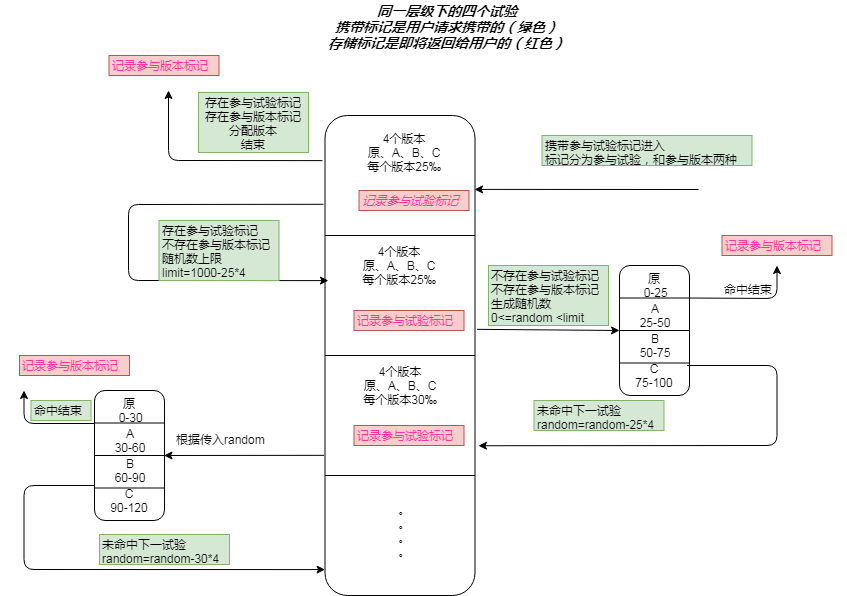
Before: split-algorithm.png, a diagram exported from draw.io (zhouwenmo/split). Source tidied: cells renumbered, new cells last; positions are measured from the earlier drawing's top-left corner, leaving out a move shared by most shapes. Its diagram source:
```xml
<mxGraphModel>
  <root>
    <mxCell id="0" />
    <mxCell id="1" parent="0" />
    <mxCell id="2" style="group;" parent="1" vertex="1">
      <mxGeometry x="480.5" y="265" width="366" height="180" as="geometry" />
    </mxCell>
    <mxCell id="3" style="group;" parent="2" vertex="1">
      <mxGeometry width="366" height="180" as="geometry" />
    </mxCell>
    <mxCell id="4" style="group;" parent="3" vertex="1">
      <mxGeometry x="73.5" width="135" height="130" as="geometry" />
    </mxCell>
    <mxCell id="5" style="rounded=1;whiteSpace=wrap;html=1;" parent="4" vertex="1">
      <mxGeometry x="65" width="70" height="130" as="geometry" />
    </mxCell>
    <mxCell id="6" style="endArrow=none;html=1;entryX=1;entryY=0.25;entryDx=0;entryDy=0;exitX=0;exitY=0.25;exitDx=0;exitDy=0;" parent="4" edge="1" source="5" target="5">
      <mxGeometry relative="1" as="geometry" />
    </mxCell>
    <mxCell id="7" style="endArrow=none;html=1;entryX=1;entryY=0.5;entryDx=0;entryDy=0;exitX=0;exitY=0.5;exitDx=0;exitDy=0;" parent="4" edge="1" source="5" target="5">
      <mxGeometry relative="1" as="geometry" />
    </mxCell>
    <mxCell id="8" style="endArrow=none;html=1;entryX=1;entryY=0.75;entryDx=0;entryDy=0;exitX=0;exitY=0.75;exitDx=0;exitDy=0;" parent="4" edge="1" source="5" target="5">
      <mxGeometry relative="1" as="geometry" />
    </mxCell>
    <mxCell id="9" value="C&lt;br&gt;75-100" style="text;html=1;strokeColor=none;fillColor=none;align=center;verticalAlign=middle;whiteSpace=wrap;rounded=0;" parent="4" vertex="1">
      <mxGeometry x="80" y="100" width="40" height="20" as="geometry" />
    </mxCell>
    <mxCell id="10" value="原&lt;br&gt;&amp;nbsp;0-25" style="text;html=1;strokeColor=none;fillColor=none;align=center;verticalAlign=middle;whiteSpace=wrap;rounded=0;" parent="4" vertex="1">
      <mxGeometry x="80" y="10" width="40" height="20" as="geometry" />
    </mxCell>
    <mxCell id="11" value="B&lt;br&gt;50-75" style="text;html=1;strokeColor=none;fillColor=none;align=center;verticalAlign=middle;whiteSpace=wrap;rounded=0;" parent="4" vertex="1">
      <mxGeometry x="80" y="70" width="40" height="20" as="geometry" />
    </mxCell>
    <mxCell id="12" value="A&lt;br&gt;25-50" style="text;html=1;strokeColor=none;fillColor=none;align=center;verticalAlign=middle;whiteSpace=wrap;rounded=0;" parent="4" vertex="1">
      <mxGeometry x="80" y="40" width="40" height="20" as="geometry" />
    </mxCell>
    <mxCell id="13" style="endArrow=classic;html=1;exitX=1;exitY=0.25;exitDx=0;exitDy=0;" parent="3" edge="1" source="5">
      <mxGeometry relative="1" as="geometry">
        <mxPoint x="296" as="targetPoint" />
        <Array as="points">
          <mxPoint x="296" y="33" />
        </Array>
      </mxGeometry>
    </mxCell>
    <mxCell id="14" value="命中结束" style="text;html=1;align=left;verticalAlign=top;spacingTop=-4;" parent="3" vertex="1">
      <mxGeometry x="241" y="15" width="60" height="20" as="geometry" />
    </mxCell>
    <mxCell id="15" style="endArrow=classic;html=1;entryX=1.023;entryY=0.688;entryDx=0;entryDy=0;entryPerimeter=0;" parent="3" edge="1" target="39">
      <mxGeometry relative="1" as="geometry">
        <mxPoint x="206" y="100" as="sourcePoint" />
        <Array as="points">
          <mxPoint x="296" y="100" />
          <mxPoint x="296" y="180" />
        </Array>
      </mxGeometry>
    </mxCell>
    <mxCell id="16" value="未命中下一试验&lt;br&gt;random=random-25*4" style="text;html=1;align=left;verticalAlign=top;spacingTop=-4;fillColor=#d5e8d4;strokeColor=#82b366;" parent="3" vertex="1">
      <mxGeometry x="53" y="135" width="130" height="30" as="geometry" />
    </mxCell>
    <mxCell id="17" value="不存在参与试验标记&lt;br&gt;不存在参与版本标记&lt;br&gt;生成随机数&lt;br&gt;0&amp;lt;=random &amp;lt;limit" style="text;html=1;align=left;verticalAlign=top;spacingTop=-4;fillColor=#d5e8d4;strokeColor=#82b366;" parent="3" vertex="1">
      <mxGeometry x="7.5" width="120" height="60" as="geometry" />
    </mxCell>
    <mxCell id="18" style="endArrow=classic;html=1;entryX=0;entryY=0.5;entryDx=0;entryDy=0;exitX=1;exitY=0.133;exitDx=0;exitDy=0;exitPerimeter=0;" parent="1" edge="1" target="5">
      <mxGeometry relative="1" as="geometry">
        <mxPoint x="476.5" y="328.8" as="sourcePoint" />
      </mxGeometry>
    </mxCell>
    <mxCell id="19" style="group;" parent="1" vertex="1">
      <mxGeometry x="0.5" y="390" width="135" height="130" as="geometry" />
    </mxCell>
    <mxCell id="20" value="命中结束" style="text;html=1;align=left;verticalAlign=top;spacingTop=-4;fillColor=#d5e8d4;strokeColor=#82b366;" parent="19" vertex="1">
      <mxGeometry x="30" y="10" width="60" height="20" as="geometry" />
    </mxCell>
    <mxCell id="21" value="根据传入random" style="text;html=1;align=left;verticalAlign=top;spacingTop=-4;" parent="1" vertex="1">
      <mxGeometry x="173.5" y="430" width="100" height="20" as="geometry" />
    </mxCell>
    <mxCell id="22" style="endArrow=classic;html=1;" parent="1" edge="1">
      <mxGeometry relative="1" as="geometry">
        <mxPoint x="93.5" y="423" as="sourcePoint" />
        <mxPoint x="23.5" y="390" as="targetPoint" />
        <Array as="points">
          <mxPoint x="23.5" y="423" />
        </Array>
      </mxGeometry>
    </mxCell>
    <mxCell id="23" style="endArrow=classic;html=1;entryX=0.007;entryY=0.571;entryDx=0;entryDy=0;entryPerimeter=0;" parent="1" edge="1">
      <mxGeometry relative="1" as="geometry">
        <mxPoint x="93.5" y="485" as="sourcePoint" />
        <mxPoint x="324.6" y="569.1" as="targetPoint" />
        <Array as="points">
          <mxPoint x="23.5" y="485" />
          <mxPoint x="23.5" y="569" />
        </Array>
      </mxGeometry>
    </mxCell>
    <mxCell id="24" value="未命中下一试验&lt;br&gt;random=random-30*4" style="text;html=1;align=left;verticalAlign=top;spacingTop=-4;fillColor=#d5e8d4;strokeColor=#82b366;" parent="1" vertex="1">
      <mxGeometry x="99" y="534" width="130" height="30" as="geometry" />
    </mxCell>
    <mxCell id="25" style="rounded=1;whiteSpace=wrap;html=1;" parent="1" vertex="1">
      <mxGeometry x="94" y="390" width="70" height="130" as="geometry" />
    </mxCell>
    <mxCell id="26" style="endArrow=none;html=1;entryX=1;entryY=0.25;entryDx=0;entryDy=0;exitX=0;exitY=0.25;exitDx=0;exitDy=0;" parent="1" edge="1" source="25" target="25">
      <mxGeometry relative="1" as="geometry" />
    </mxCell>
    <mxCell id="27" style="endArrow=none;html=1;entryX=1;entryY=0.5;entryDx=0;entryDy=0;exitX=0;exitY=0.5;exitDx=0;exitDy=0;" parent="1" edge="1" source="25" target="25">
      <mxGeometry relative="1" as="geometry" />
    </mxCell>
    <mxCell id="28" style="endArrow=none;html=1;entryX=1;entryY=0.75;entryDx=0;entryDy=0;exitX=0;exitY=0.75;exitDx=0;exitDy=0;" parent="1" edge="1" source="25" target="25">
      <mxGeometry relative="1" as="geometry" />
    </mxCell>
    <mxCell id="29" value="C&lt;br&gt;90-120" style="text;html=1;strokeColor=none;fillColor=none;align=center;verticalAlign=middle;whiteSpace=wrap;rounded=0;" parent="1" vertex="1">
      <mxGeometry x="109" y="490" width="40" height="20" as="geometry" />
    </mxCell>
    <mxCell id="30" value="原&lt;br&gt;&amp;nbsp;0-30" style="text;html=1;strokeColor=none;fillColor=none;align=center;verticalAlign=middle;whiteSpace=wrap;rounded=0;" parent="1" vertex="1">
      <mxGeometry x="109" y="400" width="40" height="20" as="geometry" />
    </mxCell>
    <mxCell id="31" value="B&lt;br&gt;60-90" style="text;html=1;strokeColor=none;fillColor=none;align=center;verticalAlign=middle;whiteSpace=wrap;rounded=0;" parent="1" vertex="1">
      <mxGeometry x="109" y="460" width="40" height="20" as="geometry" />
    </mxCell>
    <mxCell id="32" value="A&lt;br&gt;30-60" style="text;html=1;strokeColor=none;fillColor=none;align=center;verticalAlign=middle;whiteSpace=wrap;rounded=0;" parent="1" vertex="1">
      <mxGeometry x="109" y="430" width="40" height="20" as="geometry" />
    </mxCell>
    <mxCell id="33" style="endArrow=classic;html=1;exitX=0;exitY=0.333;exitDx=0;exitDy=0;exitPerimeter=0;" parent="1" edge="1">
      <mxGeometry relative="1" as="geometry">
        <mxPoint x="323.5" y="454.8" as="sourcePoint" />
        <mxPoint x="163.5" y="455" as="targetPoint" />
      </mxGeometry>
    </mxCell>
    <mxCell id="34" style="endArrow=classic;html=1;entryX=0.997;entryY=0.154;entryDx=0;entryDy=0;entryPerimeter=0;" parent="1" edge="1" target="39">
      <mxGeometry relative="1" as="geometry">
        <mxPoint x="698" y="189" as="sourcePoint" />
      </mxGeometry>
    </mxCell>
    <mxCell id="35" value="携带参与试验标记进入&lt;br&gt;标记分为参与试验，和参与版本两种" style="text;html=1;align=left;verticalAlign=top;spacingTop=-4;fillColor=#d5e8d4;strokeColor=#82b366;" parent="1" vertex="1">
      <mxGeometry x="541.5" y="135" width="210" height="30" as="geometry" />
    </mxCell>
    <mxCell id="36" style="endArrow=classic;html=1;exitX=-0.017;exitY=0.094;exitDx=0;exitDy=0;exitPerimeter=0;" parent="1" edge="1" source="39">
      <mxGeometry relative="1" as="geometry">
        <mxPoint x="168" y="90" as="targetPoint" />
        <Array as="points">
          <mxPoint x="168" y="160" />
        </Array>
      </mxGeometry>
    </mxCell>
    <mxCell id="37" value="&lt;font color=&quot;#ff3399&quot;&gt;记录参与版本标记&lt;/font&gt;" style="text;html=1;align=left;verticalAlign=top;spacingTop=-4;fillColor=#f8cecc;strokeColor=#b85450;" parent="1" vertex="1">
      <mxGeometry x="721.5" y="235" width="110" height="20" as="geometry" />
    </mxCell>
    <mxCell id="38" value="&lt;font color=&quot;#ff3399&quot;&gt;记录参与版本标记&lt;/font&gt;" style="text;html=1;align=left;verticalAlign=top;spacingTop=-4;fillColor=#f8cecc;strokeColor=#b85450;" parent="1" vertex="1">
      <mxGeometry x="19" y="355" width="110" height="20" as="geometry" />
    </mxCell>
    <mxCell id="39" style="rounded=1;whiteSpace=wrap;html=1;" parent="1" vertex="1">
      <mxGeometry x="324.5" y="115" width="150" height="480" as="geometry" />
    </mxCell>
    <mxCell id="40" style="endArrow=none;html=1;entryX=1;entryY=0.25;entryDx=0;entryDy=0;exitX=0;exitY=0.25;exitDx=0;exitDy=0;" parent="1" edge="1" source="39" target="39">
      <mxGeometry relative="1" as="geometry" />
    </mxCell>
    <mxCell id="41" value="4个版本&lt;br&gt;原、A、B、C&lt;br&gt;每个版本25‰" style="text;html=1;strokeColor=none;fillColor=none;align=center;verticalAlign=middle;whiteSpace=wrap;rounded=0;" parent="1" vertex="1">
      <mxGeometry x="328.5" y="255" width="140" height="20" as="geometry" />
    </mxCell>
    <mxCell id="42" value="&lt;b style=&quot;font-size: 14px&quot;&gt;&lt;i&gt;同一层级下的四个试验&lt;br&gt;携带标记是用户请求携带的（绿色）&lt;br&gt;存储标记是即将返回给用户的（红色）&lt;/i&gt;&lt;/b&gt;" style="text;html=1;align=center;verticalAlign=top;spacingTop=-4;" parent="1" vertex="1">
      <mxGeometry x="321.5" width="250" height="50" as="geometry" />
    </mxCell>
    <mxCell id="43" style="endArrow=none;html=1;entryX=1;entryY=0.5;entryDx=0;entryDy=0;exitX=0;exitY=0.5;exitDx=0;exitDy=0;" parent="1" edge="1" source="39" target="39">
      <mxGeometry relative="1" as="geometry" />
    </mxCell>
    <mxCell id="44" style="endArrow=none;html=1;entryX=1;entryY=0.75;entryDx=0;entryDy=0;exitX=0;exitY=0.75;exitDx=0;exitDy=0;" parent="1" edge="1" source="39" target="39">
      <mxGeometry relative="1" as="geometry" />
    </mxCell>
    <mxCell id="45" value="4个版本&lt;br&gt;原、A、B、C&lt;br&gt;每个版本30‰" style="text;html=1;strokeColor=none;fillColor=none;align=center;verticalAlign=middle;whiteSpace=wrap;rounded=0;" parent="1" vertex="1">
      <mxGeometry x="329.5" y="375" width="140" height="20" as="geometry" />
    </mxCell>
    <mxCell id="46" value="4个版本&lt;br&gt;原、A、B、C&lt;br&gt;每个版本25‰" style="text;html=1;strokeColor=none;fillColor=none;align=center;verticalAlign=middle;whiteSpace=wrap;rounded=0;" parent="1" vertex="1">
      <mxGeometry x="333.5" y="142" width="140" height="20" as="geometry" />
    </mxCell>
    <mxCell id="47" value="存在参与试验标记&lt;br&gt;存在参与版本标记&lt;br&gt;分配版本&lt;br&gt;结束" style="text;html=1;align=center;verticalAlign=top;spacingTop=-4;fillColor=#d5e8d4;strokeColor=#82b366;" parent="1" vertex="1">
      <mxGeometry x="198" y="92" width="110" height="60" as="geometry" />
    </mxCell>
    <mxCell id="48" style="endArrow=classic;html=1;entryX=0.023;entryY=0.344;entryDx=0;entryDy=0;entryPerimeter=0;exitX=-0.01;exitY=0.185;exitDx=0;exitDy=0;exitPerimeter=0;" parent="1" edge="1" source="39" target="39">
      <mxGeometry relative="1" as="geometry">
        <Array as="points">
          <mxPoint x="128" y="204" />
          <mxPoint x="128" y="280" />
        </Array>
      </mxGeometry>
    </mxCell>
    <mxCell id="49" value="存在参与试验标记&lt;br&gt;不存在参与版本标记&lt;br&gt;随机数上限&lt;br&gt;limit=1000-25*4" style="text;html=1;align=left;verticalAlign=top;spacingTop=-4;fillColor=#d5e8d4;strokeColor=#82b366;" parent="1" vertex="1">
      <mxGeometry x="158.5" y="220" width="120" height="60" as="geometry" />
    </mxCell>
    <mxCell id="50" value="&lt;i&gt;&lt;font color=&quot;#ff3399&quot;&gt;记录参与试验标记&lt;/font&gt;&lt;/i&gt;" style="text;html=1;align=left;verticalAlign=top;spacingTop=-4;fillColor=#f8cecc;strokeColor=#b85450;" parent="1" vertex="1">
      <mxGeometry x="358.5" y="190" width="110" height="20" as="geometry" />
    </mxCell>
    <mxCell id="51" value="&lt;font color=&quot;#ff3399&quot;&gt;记录参与试验标记&lt;/font&gt;" style="text;html=1;align=left;verticalAlign=top;spacingTop=-4;fillColor=#f8cecc;strokeColor=#b85450;" parent="1" vertex="1">
      <mxGeometry x="353.5" y="310" width="110" height="20" as="geometry" />
    </mxCell>
    <mxCell id="52" value="&lt;font color=&quot;#ff3399&quot;&gt;记录参与试验标记&lt;/font&gt;" style="text;html=1;align=left;verticalAlign=top;spacingTop=-4;fillColor=#f8cecc;strokeColor=#b85450;" parent="1" vertex="1">
      <mxGeometry x="353.5" y="425" width="110" height="20" as="geometry" />
    </mxCell>
    <mxCell id="53" value="&lt;font color=&quot;#ff3399&quot;&gt;记录参与版本标记&lt;/font&gt;" style="text;html=1;align=left;verticalAlign=top;spacingTop=-4;fillColor=#f8cecc;strokeColor=#b85450;" parent="1" vertex="1">
      <mxGeometry x="108.5" y="55" width="110" height="20" as="geometry" />
    </mxCell>
    <mxCell id="54" value="。&lt;br&gt;。&lt;br&gt;。&lt;br&gt;。" style="text;html=1;strokeColor=none;fillColor=none;align=center;verticalAlign=middle;whiteSpace=wrap;rounded=0;" parent="1" vertex="1">
      <mxGeometry x="393.5" y="500" width="20" height="60" as="geometry" />
    </mxCell>
  </root>
</mxGraphModel>
```
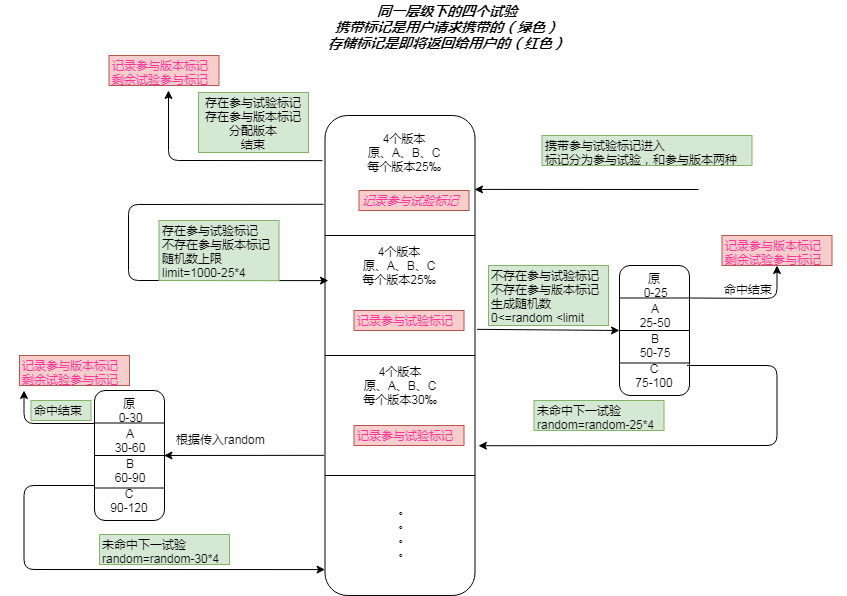
The same diagram one commit later.

Diff of the diagram source:
```diff
@@ -143,11 +143,11 @@
         </Array>
       </mxGeometry>
     </mxCell>
-    <mxCell id="37" value="&lt;font color=&quot;#ff3399&quot;&gt;记录参与版本标记&lt;/font&gt;" style="text;html=1;align=left;verticalAlign=top;spacingTop=-4;fillColor=#f8cecc;strokeColor=#b85450;" parent="1" vertex="1">
-      <mxGeometry x="721.5" y="235" width="110" height="20" as="geometry" />
+    <mxCell id="37" value="&lt;span style=&quot;color: rgb(255 , 51 , 153)&quot;&gt;记录参与版本标记&lt;/span&gt;&lt;br style=&quot;color: rgb(255 , 51 , 153)&quot;&gt;&lt;span style=&quot;color: rgb(255 , 51 , 153)&quot;&gt;剩余试验参与标记&lt;/span&gt;" style="text;html=1;align=left;verticalAlign=top;spacingTop=-4;fillColor=#f8cecc;strokeColor=#b85450;" parent="1" vertex="1">
+      <mxGeometry x="721.5" y="235" width="110" height="30" as="geometry" />
     </mxCell>
-    <mxCell id="38" value="&lt;font color=&quot;#ff3399&quot;&gt;记录参与版本标记&lt;/font&gt;" style="text;html=1;align=left;verticalAlign=top;spacingTop=-4;fillColor=#f8cecc;strokeColor=#b85450;" parent="1" vertex="1">
-      <mxGeometry x="19" y="355" width="110" height="20" as="geometry" />
+    <mxCell id="38" value="&lt;span style=&quot;color: rgb(255 , 51 , 153)&quot;&gt;记录参与版本标记&lt;/span&gt;&lt;br style=&quot;color: rgb(255 , 51 , 153)&quot;&gt;&lt;span style=&quot;color: rgb(255 , 51 , 153)&quot;&gt;剩余试验参与标记&lt;/span&gt;" style="text;html=1;align=left;verticalAlign=top;spacingTop=-4;fillColor=#f8cecc;strokeColor=#b85450;" parent="1" vertex="1">
+      <mxGeometry x="19" y="355" width="110" height="30" as="geometry" />
     </mxCell>
     <mxCell id="39" style="rounded=1;whiteSpace=wrap;html=1;" parent="1" vertex="1">
       <mxGeometry x="324.5" y="115" width="150" height="480" as="geometry" />
@@ -196,8 +196,8 @@
     <mxCell id="52" value="&lt;font color=&quot;#ff3399&quot;&gt;记录参与试验标记&lt;/font&gt;" style="text;html=1;align=left;verticalAlign=top;spacingTop=-4;fillColor=#f8cecc;strokeColor=#b85450;" parent="1" vertex="1">
       <mxGeometry x="353.5" y="425" width="110" height="20" as="geometry" />
     </mxCell>
-    <mxCell id="53" value="&lt;font color=&quot;#ff3399&quot;&gt;记录参与版本标记&lt;/font&gt;" style="text;html=1;align=left;verticalAlign=top;spacingTop=-4;fillColor=#f8cecc;strokeColor=#b85450;" parent="1" vertex="1">
-      <mxGeometry x="108.5" y="55" width="110" height="20" as="geometry" />
+    <mxCell id="53" value="&lt;font color=&quot;#ff3399&quot;&gt;记录参与版本标记&lt;br&gt;剩余试验参与标记&lt;br&gt;&lt;/font&gt;" style="text;html=1;align=left;verticalAlign=top;spacingTop=-4;fillColor=#f8cecc;strokeColor=#b85450;" parent="1" vertex="1">
+      <mxGeometry x="108.5" y="55" width="110" height="30" as="geometry" />
     </mxCell>
     <mxCell id="54" value="。&lt;br&gt;。&lt;br&gt;。&lt;br&gt;。" style="text;html=1;strokeColor=none;fillColor=none;align=center;verticalAlign=middle;whiteSpace=wrap;rounded=0;" parent="1" vertex="1">
       <mxGeometry x="393.5" y="500" width="20" height="60" as="geometry" />
```
